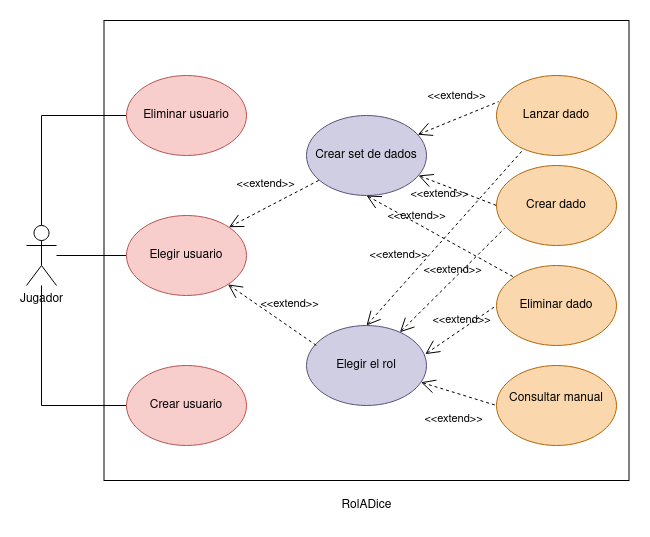
Above: diagramas/diagrama de casos de uso/RolADice CU.png in Alejandrotr22/Proyecto_ETS (draw.io), before the change. Source tidied: cells renumbered, new cells last; positions are measured from the earlier drawing's top-left corner, leaving out a move shared by most shapes.
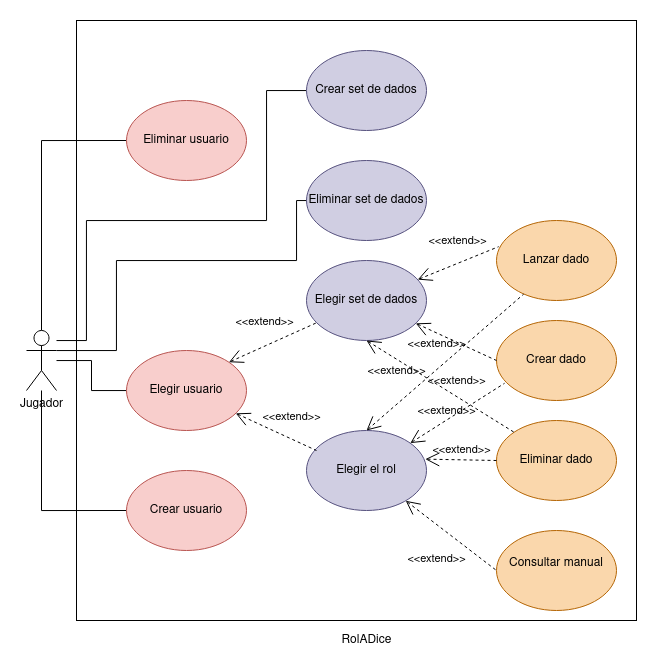
Above is the later version.

Commit message:
Se vuelve a añadir la imagen del diagrama de casos de uso #8

What changed in the source:
```diff
@@ -8,7 +8,7 @@
     <mxCell id="3" style="edgeStyle=orthogonalEdgeStyle;rounded=0;jettySize=auto;html=1;entryX=0;entryY=0.5;entryDx=0;entryDy=0;endArrow=none;endFill=0;" parent="1" edge="1" source="5" target="20">
       <mxGeometry relative="1" as="geometry">
         <Array as="points">
-          <mxPoint x="15" y="95" />
+          <mxPoint x="15" y="15" />
         </Array>
       </mxGeometry>
     </mxCell>
@@ -19,20 +19,40 @@
         </Array>
       </mxGeometry>
     </mxCell>
+    <mxCell id="26" style="edgeStyle=orthogonalEdgeStyle;rounded=0;jettySize=auto;html=1;endArrow=none;endFill=0;" parent="1" edge="1" source="5" target="29">
+      <mxGeometry relative="1" as="geometry">
+        <Array as="points">
+          <mxPoint x="60" y="215" />
+          <mxPoint x="60" y="95" />
+          <mxPoint x="240" y="95" />
+          <mxPoint x="240" y="-35" />
+        </Array>
+      </mxGeometry>
+    </mxCell>
+    <mxCell id="27" style="edgeStyle=orthogonalEdgeStyle;rounded=0;jettySize=auto;html=1;entryX=0.5;entryY=0.5;entryDx=0;entryDy=0;entryPerimeter=0;endArrow=none;endFill=0;" parent="1" edge="1" source="5" target="28">
+      <mxGeometry relative="1" as="geometry">
+        <Array as="points">
+          <mxPoint x="90" y="225" />
+          <mxPoint x="90" y="135" />
+          <mxPoint x="270" y="135" />
+          <mxPoint x="270" y="75" />
+        </Array>
+      </mxGeometry>
+    </mxCell>
     <mxCell id="5" value="Jugador" style="shape=umlActor;verticalLabelPosition=bottom;verticalAlign=top;html=1;outlineConnect=0;" parent="1" vertex="1">
       <mxGeometry y="205" width="30" height="60" as="geometry" />
     </mxCell>
     <mxCell id="6" value="&lt;div&gt;Consultar manual&lt;/div&gt;&lt;div&gt;&lt;br&gt;&lt;/div&gt;" style="ellipse;whiteSpace=wrap;html=1;fillColor=#fad7ac;strokeColor=#b46504;" parent="1" vertex="1">
-      <mxGeometry x="470" y="345" width="120" height="80" as="geometry" />
+      <mxGeometry x="470" y="405" width="120" height="80" as="geometry" />
     </mxCell>
     <mxCell id="7" value="Lanzar dado" style="ellipse;whiteSpace=wrap;html=1;fillColor=#fad7ac;strokeColor=#b46504;" parent="1" vertex="1">
-      <mxGeometry x="470" y="55" width="120" height="80" as="geometry" />
+      <mxGeometry x="470" y="95" width="120" height="80" as="geometry" />
     </mxCell>
     <mxCell id="8" value="Crear dado" style="ellipse;whiteSpace=wrap;html=1;fillColor=#fad7ac;strokeColor=#b46504;" parent="1" vertex="1">
-      <mxGeometry x="470" y="145" width="120" height="80" as="geometry" />
+      <mxGeometry x="470" y="195" width="120" height="80" as="geometry" />
     </mxCell>
-    <mxCell id="9" value="Crear set de dados" style="ellipse;whiteSpace=wrap;html=1;fillColor=#d0cee2;strokeColor=#56517e;" parent="1" vertex="1">
-      <mxGeometry x="280" y="95" width="120" height="80" as="geometry" />
+    <mxCell id="9" value="Elegir set de dados" style="ellipse;whiteSpace=wrap;html=1;fillColor=#d0cee2;strokeColor=#56517e;" parent="1" vertex="1">
+      <mxGeometry x="280" y="135" width="120" height="80" as="geometry" />
     </mxCell>
     <mxCell id="10" value="Elegir el rol" style="ellipse;whiteSpace=wrap;html=1;fillColor=#d0cee2;strokeColor=#56517e;" parent="1" vertex="1">
       <mxGeometry x="280" y="305" width="120" height="80" as="geometry" />
@@ -41,19 +61,19 @@
       <mxGeometry x="0.14" y="-35" relative="1" as="geometry" />
     </mxCell>
     <mxCell id="12" value="&amp;lt;&amp;lt;extend&amp;gt;&amp;gt;" style="edgeStyle=none;html=1;startArrow=open;endArrow=none;startSize=12;verticalAlign=bottom;dashed=1;labelBackgroundColor=none;rounded=0;exitX=0.5;exitY=0;exitDx=0;exitDy=0;entryX=0.226;entryY=0.921;entryDx=0;entryDy=0;entryPerimeter=0;" parent="1" edge="1" source="10" target="7">
-      <mxGeometry x="-0.44" y="17" relative="1" as="geometry" />
+      <mxGeometry x="-0.47" y="18" relative="1" as="geometry" />
     </mxCell>
     <mxCell id="13" value="&amp;lt;&amp;lt;extend&amp;gt;&amp;gt;" style="edgeStyle=none;html=1;startArrow=open;endArrow=none;startSize=12;verticalAlign=bottom;dashed=1;labelBackgroundColor=none;rounded=0;entryX=0.067;entryY=0.785;entryDx=0;entryDy=0;entryPerimeter=0;" parent="1" edge="1" source="10" target="8">
-      <mxGeometry relative="1" as="geometry" />
+      <mxGeometry x="-0.23" relative="1" as="geometry" />
     </mxCell>
     <mxCell id="14" value="RolADice" style="text;html=1;align=center;verticalAlign=middle;strokeColor=none;fillColor=none;" parent="1" vertex="1">
-      <mxGeometry x="305" y="475" width="70" height="20" as="geometry" />
+      <mxGeometry x="305" y="505" width="70" height="20" as="geometry" />
     </mxCell>
     <mxCell id="15" value="&lt;div&gt;&lt;br&gt;&lt;/div&gt;&lt;div&gt;&lt;br&gt;&lt;/div&gt;" style="shape=rect;html=1;verticalAlign=top;fontStyle=1;whiteSpace=wrap;align=center;fillColor=none;gradientColor=#ffffff;" parent="1" vertex="1">
-      <mxGeometry x="77.5" width="525" height="460" as="geometry" />
+      <mxGeometry x="50" y="-105" width="560" height="600" as="geometry" />
     </mxCell>
     <mxCell id="16" value="Elegir usuario" style="ellipse;whiteSpace=wrap;html=1;fillColor=#f8cecc;strokeColor=#b85450;" parent="1" vertex="1">
-      <mxGeometry x="100" y="195" width="120" height="80" as="geometry" />
+      <mxGeometry x="100" y="225" width="120" height="80" as="geometry" />
     </mxCell>
     <mxCell id="17" value="&amp;lt;&amp;lt;extend&amp;gt;&amp;gt;" style="edgeStyle=none;html=1;startArrow=open;endArrow=none;startSize=12;verticalAlign=bottom;dashed=1;labelBackgroundColor=none;rounded=0;exitX=1;exitY=0;exitDx=0;exitDy=0;" parent="1" edge="1" source="16" target="9">
       <mxGeometry x="-0.07" y="13" relative="1" as="geometry" />
@@ -65,7 +85,7 @@
       <mxGeometry x="100" y="345" width="120" height="80" as="geometry" />
     </mxCell>
     <mxCell id="20" value="Eliminar usuario" style="ellipse;whiteSpace=wrap;html=1;fillColor=#f8cecc;strokeColor=#b85450;" parent="1" vertex="1">
-      <mxGeometry x="100" y="55" width="120" height="80" as="geometry" />
+      <mxGeometry x="100" y="-25" width="120" height="80" as="geometry" />
     </mxCell>
     <mxCell id="21" value="&amp;lt;&amp;lt;extend&amp;gt;&amp;gt;" style="edgeStyle=none;html=1;startArrow=open;endArrow=none;startSize=12;verticalAlign=bottom;dashed=1;labelBackgroundColor=none;rounded=0;entryX=0.018;entryY=0.327;entryDx=0;entryDy=0;entryPerimeter=0;" parent="1" edge="1" source="9" target="7">
       <mxGeometry x="0.07" y="12" relative="1" as="geometry" />
@@ -74,13 +94,19 @@
       <mxGeometry x="-0.29" y="-19" relative="1" as="geometry" />
     </mxCell>
     <mxCell id="23" value="Eliminar dado" style="ellipse;whiteSpace=wrap;html=1;fillColor=#fad7ac;strokeColor=#b46504;" parent="1" vertex="1">
-      <mxGeometry x="470" y="245" width="120" height="80" as="geometry" />
+      <mxGeometry x="470" y="295" width="120" height="80" as="geometry" />
     </mxCell>
     <mxCell id="24" value="&amp;lt;&amp;lt;extend&amp;gt;&amp;gt;" style="edgeStyle=none;html=1;startArrow=open;endArrow=none;startSize=12;verticalAlign=bottom;dashed=1;labelBackgroundColor=none;rounded=0;exitX=0.5;exitY=1;exitDx=0;exitDy=0;entryX=0;entryY=0;entryDx=0;entryDy=0;" parent="1" edge="1" source="9" target="23">
-      <mxGeometry x="-0.31" y="-2" relative="1" as="geometry" />
+      <mxGeometry x="0.18" y="5" relative="1" as="geometry" />
     </mxCell>
     <mxCell id="25" value="&amp;lt;&amp;lt;extend&amp;gt;&amp;gt;" style="edgeStyle=none;html=1;startArrow=open;endArrow=none;startSize=12;verticalAlign=bottom;dashed=1;labelBackgroundColor=none;rounded=0;entryX=0;entryY=0.5;entryDx=0;entryDy=0;exitX=0.99;exitY=0.358;exitDx=0;exitDy=0;exitPerimeter=0;" parent="1" edge="1" source="10" target="23">
       <mxGeometry relative="1" as="geometry" />
     </mxCell>
+    <mxCell id="28" value="Eliminar set de dados" style="ellipse;whiteSpace=wrap;html=1;fillColor=#d0cee2;strokeColor=#56517e;" parent="1" vertex="1">
+      <mxGeometry x="280" y="35" width="120" height="80" as="geometry" />
+    </mxCell>
+    <mxCell id="29" value="Crear set de dados" style="ellipse;whiteSpace=wrap;html=1;fillColor=#d0cee2;strokeColor=#56517e;" parent="1" vertex="1">
+      <mxGeometry x="280" y="-75" width="120" height="80" as="geometry" />
+    </mxCell>
   </root>
 </mxGraphModel>
```
